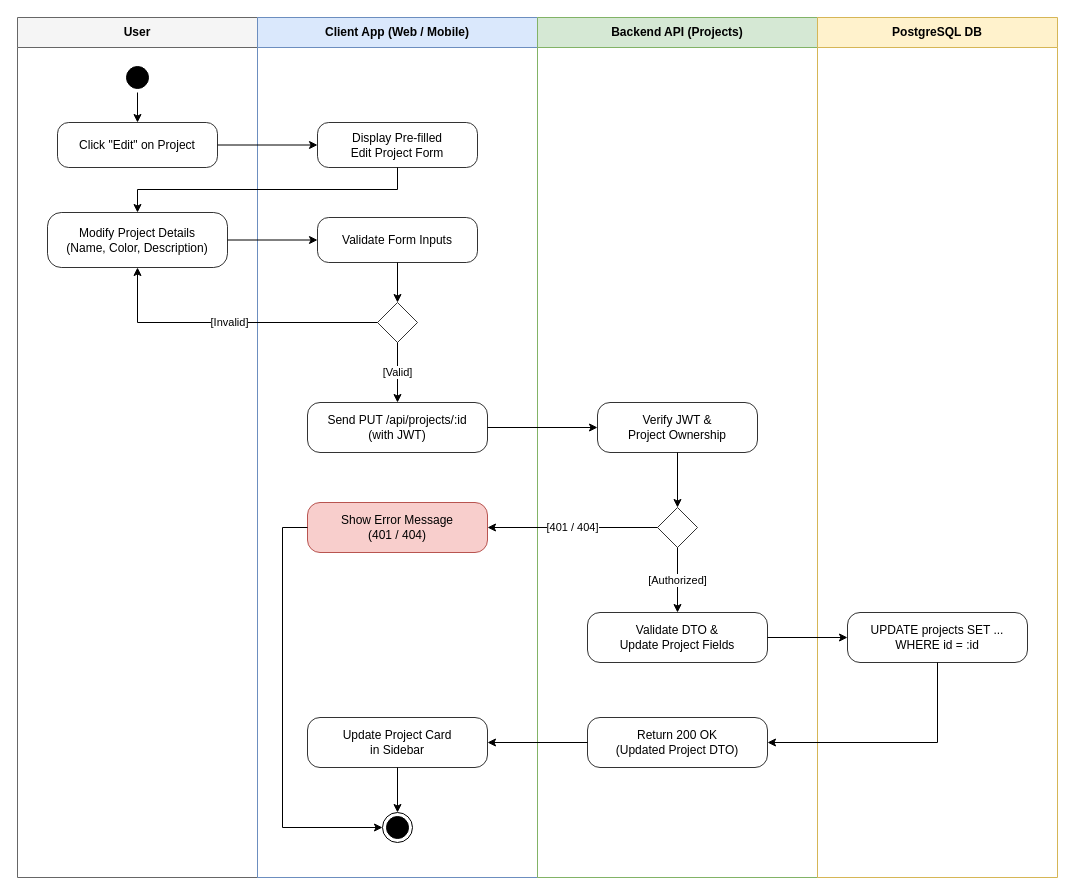
Before: docs/diagrams/activity/edit-project.drawio in ammar-elmesaly/miqat, a draw.io diagram. Source tidied: cells renumbered, new cells numbered last; positions are measured from the earlier drawing's top-left corner, leaving out a move shared by most shapes. Both pictures are drawn from the tidied source at 100%, with x=0, y=0 at pixel (17, 17).
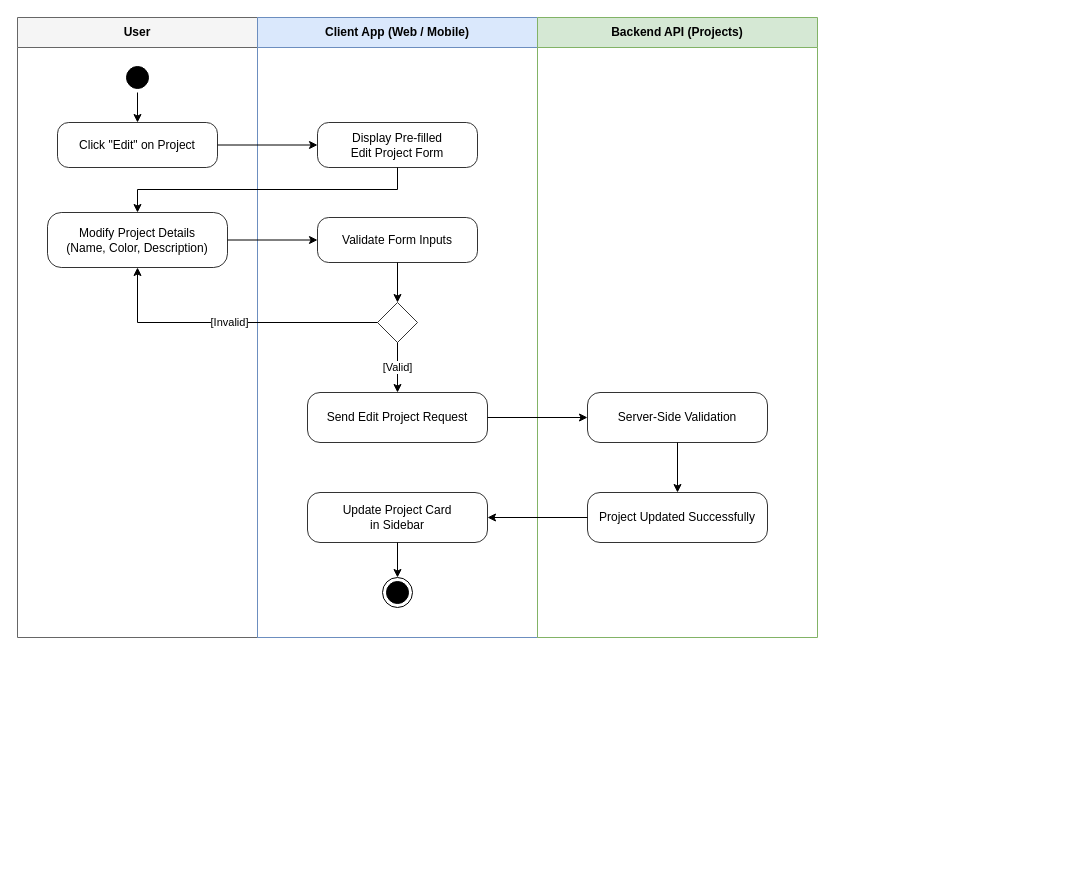
After the change.

Unchanged cells that the change refers to:
```xml
<mxCell id="11" style="rhombus;whiteSpace=wrap;html=1;fillColor=#ffffff;strokeColor=#333333;" parent="3" vertex="1">
  <mxGeometry x="120" y="285" width="40" height="40" as="geometry" />
</mxCell>
```

The edit, as a diff of the source:
```diff
@@
     <mxCell id="2" value="User" style="swimlane;whiteSpace=wrap;html=1;startSize=30;fillColor=#f5f5f5;strokeColor=#666666;fontStyle=1;" parent="1" vertex="1">
-      <mxGeometry width="240" height="860" as="geometry" />
+      <mxGeometry width="240" height="620" as="geometry" />
     </mxCell>
     <mxCell id="3" value="Client App (Web / Mobile)" style="swimlane;whiteSpace=wrap;html=1;startSize=30;fillColor=#dae8fc;strokeColor=#6c8ebf;fontStyle=1;" parent="1" vertex="1">
-      <mxGeometry x="240" width="280" height="860" as="geometry" />
+      <mxGeometry x="240" width="280" height="620" as="geometry" />
     </mxCell>
     <mxCell id="4" value="Backend API (Projects)" style="swimlane;whiteSpace=wrap;html=1;startSize=30;fillColor=#d5e8d4;strokeColor=#82b366;fontStyle=1;" parent="1" vertex="1">
-      <mxGeometry x="520" width="280" height="860" as="geometry" />
+      <mxGeometry x="520" width="280" height="620" as="geometry" />
     </mxCell>
-    <mxCell id="5" value="PostgreSQL DB" style="swimlane;whiteSpace=wrap;html=1;startSize=30;fillColor=#fff2cc;strokeColor=#d6b656;fontStyle=1;" parent="1" vertex="1">
-      <mxGeometry x="800" width="240" height="860" as="geometry" />
-    </mxCell>
@@
-    <mxCell id="12" value="Send PUT /api/projects/:id&#10;(with JWT)" style="rounded=1;whiteSpace=wrap;html=1;arcSize=25;fillColor=#ffffff;strokeColor=#333333;" parent="3" vertex="1">
-      <mxGeometry x="50" y="385" width="180" height="50" as="geometry" />
-    </mxCell>
-    <mxCell id="13" value="Show Error Message&#10;(401 / 404)" style="rounded=1;whiteSpace=wrap;html=1;arcSize=25;fillColor=#f8cecc;strokeColor=#b85450;" parent="3" vertex="1">
-      <mxGeometry x="50" y="485" width="180" height="50" as="geometry" />
-    </mxCell>
+    <mxCell id="37" value="Send Edit Project Request" style="rounded=1;whiteSpace=wrap;html=1;arcSize=25;fillColor=#ffffff;strokeColor=#333333;" parent="3" vertex="1">
+      <mxGeometry x="50" y="375" width="180" height="50" as="geometry" />
+    </mxCell>
     <mxCell id="14" value="Update Project Card&#10;in Sidebar" style="rounded=1;whiteSpace=wrap;html=1;arcSize=25;fillColor=#ffffff;strokeColor=#333333;" parent="3" vertex="1">
-      <mxGeometry x="50" y="700" width="180" height="50" as="geometry" />
+      <mxGeometry x="50" y="475" width="180" height="50" as="geometry" />
     </mxCell>
     <mxCell id="15" style="ellipse;html=1;shape=endState;fillColor=#000000;strokeColor=#000000;" parent="3" vertex="1">
-      <mxGeometry x="125" y="795" width="30" height="30" as="geometry" />
+      <mxGeometry x="125" y="560" width="30" height="30" as="geometry" />
     </mxCell>
-    <mxCell id="16" value="Verify JWT &amp;&#10;Project Ownership" style="rounded=1;whiteSpace=wrap;html=1;arcSize=25;fillColor=#ffffff;strokeColor=#333333;" parent="4" vertex="1">
-      <mxGeometry x="60" y="385" width="160" height="50" as="geometry" />
-    </mxCell>
-    <mxCell id="17" style="rhombus;whiteSpace=wrap;html=1;fillColor=#ffffff;strokeColor=#333333;" parent="4" vertex="1">
-      <mxGeometry x="120" y="490" width="40" height="40" as="geometry" />
-    </mxCell>
-    <mxCell id="18" value="Validate DTO &amp;&#10;Update Project Fields" style="rounded=1;whiteSpace=wrap;html=1;arcSize=25;fillColor=#ffffff;strokeColor=#333333;" parent="4" vertex="1">
-      <mxGeometry x="50" y="595" width="180" height="50" as="geometry" />
-    </mxCell>
-    <mxCell id="19" value="Return 200 OK&#10;(Updated Project DTO)" style="rounded=1;whiteSpace=wrap;html=1;arcSize=25;fillColor=#ffffff;strokeColor=#333333;" parent="4" vertex="1">
-      <mxGeometry x="50" y="700" width="180" height="50" as="geometry" />
-    </mxCell>
-    <mxCell id="20" value="UPDATE projects SET ...&#10;WHERE id = :id" style="rounded=1;whiteSpace=wrap;html=1;arcSize=25;fillColor=#ffffff;strokeColor=#333333;" parent="5" vertex="1">
-      <mxGeometry x="30" y="595" width="180" height="50" as="geometry" />
-    </mxCell>
+    <mxCell id="38" value="Server-Side Validation" style="rounded=1;whiteSpace=wrap;html=1;arcSize=25;fillColor=#ffffff;strokeColor=#333333;" parent="4" vertex="1">
+      <mxGeometry x="50" y="375" width="180" height="50" as="geometry" />
+    </mxCell>
+    <mxCell id="39" value="Project Updated Successfully" style="rounded=1;whiteSpace=wrap;html=1;arcSize=25;fillColor=#ffffff;strokeColor=#333333;" parent="4" vertex="1">
+      <mxGeometry x="50" y="475" width="180" height="50" as="geometry" />
+    </mxCell>
@@
-    <mxCell id="27" value="[Valid]" style="edgeStyle=orthogonalEdgeStyle;rounded=0;html=1;" parent="1" edge="1" source="11" target="12">
+    <mxCell id="27" value="[Valid]" style="edgeStyle=orthogonalEdgeStyle;rounded=0;html=1;" parent="1" edge="1" source="11" target="37">
       <mxGeometry relative="1" as="geometry" />
     </mxCell>
-    <mxCell id="28" style="edgeStyle=orthogonalEdgeStyle;rounded=0;html=1;" parent="1" edge="1" source="12" target="16">
+    <mxCell id="28" style="edgeStyle=orthogonalEdgeStyle;rounded=0;html=1;" parent="1" edge="1" source="37" target="38">
       <mxGeometry relative="1" as="geometry" />
     </mxCell>
-    <mxCell id="29" style="edgeStyle=orthogonalEdgeStyle;rounded=0;html=1;" parent="1" edge="1" source="16" target="17">
+    <mxCell id="29" style="edgeStyle=orthogonalEdgeStyle;rounded=0;html=1;" parent="1" edge="1" source="38" target="39">
       <mxGeometry relative="1" as="geometry" />
     </mxCell>
-    <mxCell id="30" value="[401 / 404]" style="edgeStyle=orthogonalEdgeStyle;rounded=0;html=1;" parent="1" edge="1" source="17" target="13">
+    <mxCell id="30" style="edgeStyle=orthogonalEdgeStyle;rounded=0;html=1;" parent="1" edge="1" source="39" target="14">
       <mxGeometry relative="1" as="geometry" />
     </mxCell>
-    <mxCell id="31" value="[Authorized]" style="edgeStyle=orthogonalEdgeStyle;rounded=0;html=1;" parent="1" edge="1" source="17" target="18">
+    <mxCell id="31" style="edgeStyle=orthogonalEdgeStyle;rounded=0;html=1;" parent="1" edge="1" source="14" target="15">
       <mxGeometry relative="1" as="geometry" />
     </mxCell>
-    <mxCell id="32" style="edgeStyle=orthogonalEdgeStyle;rounded=0;html=1;" parent="1" edge="1" source="18" target="20">
-      <mxGeometry relative="1" as="geometry" />
-    </mxCell>
-    <mxCell id="33" style="edgeStyle=orthogonalEdgeStyle;rounded=0;html=1;exitX=0.5;exitY=1;entryX=1;entryY=0.5;" parent="1" edge="1" source="20" target="19">
-      <mxGeometry relative="1" as="geometry">
-        <Array as="points">
-          <mxPoint x="920" y="725" />
-        </Array>
-      </mxGeometry>
-    </mxCell>
-    <mxCell id="34" style="edgeStyle=orthogonalEdgeStyle;rounded=0;html=1;" parent="1" edge="1" source="19" target="14">
-      <mxGeometry relative="1" as="geometry" />
-    </mxCell>
-    <mxCell id="35" style="edgeStyle=orthogonalEdgeStyle;rounded=0;html=1;" parent="1" edge="1" source="14" target="15">
-      <mxGeometry relative="1" as="geometry" />
-    </mxCell>
-    <mxCell id="36" style="edgeStyle=orthogonalEdgeStyle;rounded=0;html=1;exitX=0;exitY=0.5;entryX=0;entryY=0.5;" parent="1" edge="1" source="13" target="15">
-      <mxGeometry relative="1" as="geometry">
-        <Array as="points">
-          <mxPoint x="265" y="510" />
-          <mxPoint x="265" y="810" />
-        </Array>
-      </mxGeometry>
-    </mxCell>
```
